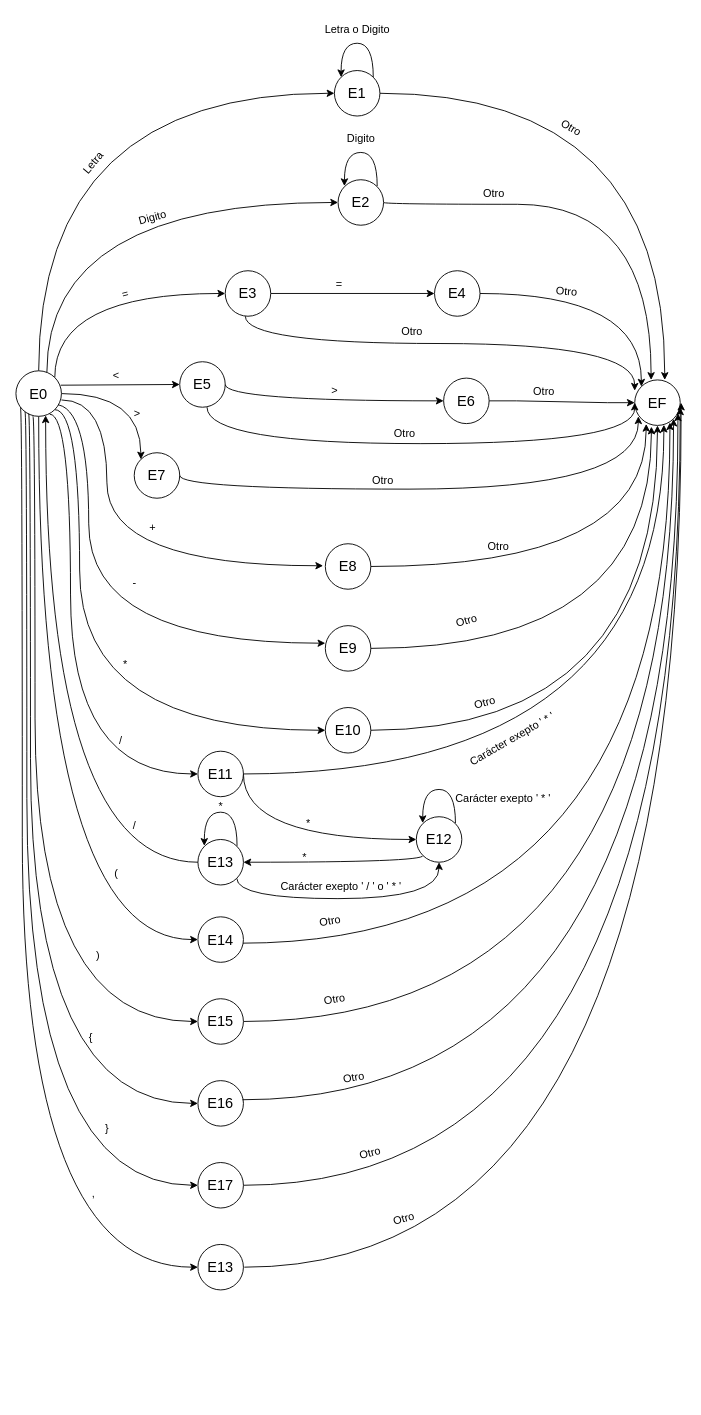
Earlier version of the draw.io diagram compilador01/src/assets/Autómata Finito.drawio (AORojas/compilador-desarrollo-compiladores). Source tidied: cells renumbered, new cells numbered last; positions are measured from the earlier drawing's top-left corner, leaving out a move shared by most shapes. Both pictures are drawn from the tidied source at 91%, with x=0, y=0 at pixel (15, 15).
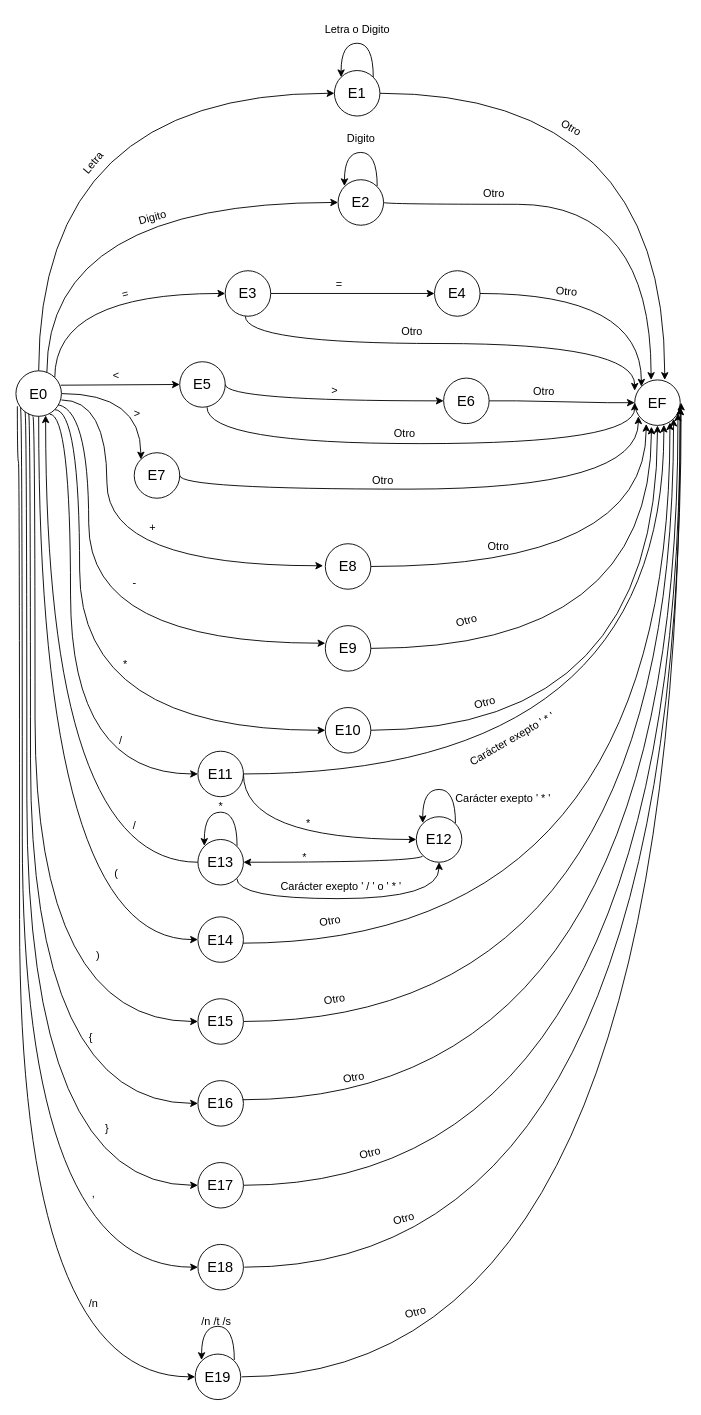
The same diagram, later.

Commit message (it also covers changes not shown here):
agrego /n al automata

Unchanged cells that the change refers to:
```xml
<mxCell id="11" value="&lt;font size=&quot;3&quot;&gt;E0&lt;/font&gt;" style="ellipse;whiteSpace=wrap;html=1;" parent="1" vertex="1">
  <mxGeometry y="390" width="50" height="50" as="geometry" />
</mxCell>
```

The edit, as a diff of the source:
```diff
@@
-    <mxCell id="82" value="&lt;font size=&quot;3&quot;&gt;E13&lt;/font&gt;" style="ellipse;whiteSpace=wrap;html=1;" parent="1" vertex="1">
+    <mxCell id="82" value="&lt;font size=&quot;3&quot;&gt;E18&lt;/font&gt;" style="ellipse;whiteSpace=wrap;html=1;" parent="1" vertex="1">
       <mxGeometry x="200" y="1350" width="50" height="50" as="geometry" />
     </mxCell>
@@
+    <mxCell id="102" style="edgeStyle=orthogonalEdgeStyle;curved=1;rounded=0;orthogonalLoop=1;jettySize=auto;html=1;" parent="1" edge="1">
+      <mxGeometry relative="1" as="geometry">
+        <mxPoint x="248" y="1495.5" as="sourcePoint" />
+        <mxPoint x="730" y="430" as="targetPoint" />
+      </mxGeometry>
+    </mxCell>
+    <mxCell id="103" value="&lt;font size=&quot;3&quot;&gt;E19&lt;/font&gt;" style="ellipse;whiteSpace=wrap;html=1;" parent="1" vertex="1">
+      <mxGeometry x="197" y="1470.5" width="50" height="50" as="geometry" />
+    </mxCell>
+    <mxCell id="104" style="edgeStyle=orthogonalEdgeStyle;curved=1;rounded=0;jettySize=auto;html=1;exitX=0.031;exitY=0.778;exitDx=0;exitDy=0;entryX=0;entryY=0.5;entryDx=0;entryDy=0;exitPerimeter=0;" parent="1" edge="1" source="11" target="103">
+      <mxGeometry relative="1" as="geometry">
+        <Array as="points">
+          <mxPoint x="1.5" y="490" />
+          <mxPoint x="4" y="490" />
+          <mxPoint x="4" y="1495.5" />
+        </Array>
+      </mxGeometry>
+    </mxCell>
+    <mxCell id="105" value="/n" style="text;html=1;align=center;verticalAlign=middle;strokeColor=none;fillColor=none;" parent="1" vertex="1">
+      <mxGeometry x="70" y="1400" width="30" height="30" as="geometry" />
+    </mxCell>
+    <mxCell id="106" value="/n /t /s" style="text;html=1;align=center;verticalAlign=middle;strokeColor=none;fillColor=none;" parent="1" vertex="1">
+      <mxGeometry x="190" y="1420" width="60" height="30" as="geometry" />
+    </mxCell>
+    <mxCell id="107" style="edgeStyle=orthogonalEdgeStyle;rounded=0;orthogonalLoop=1;jettySize=auto;html=1;exitX=1;exitY=0;exitDx=0;exitDy=0;curved=1;entryX=0;entryY=0;entryDx=0;entryDy=0;" parent="1" edge="1">
+      <mxGeometry relative="1" as="geometry">
+        <mxPoint x="240" y="1477" as="sourcePoint" />
+        <mxPoint x="204" y="1477" as="targetPoint" />
+        <Array as="points">
+          <mxPoint x="240" y="1440" />
+          <mxPoint x="204" y="1440" />
+        </Array>
+      </mxGeometry>
+    </mxCell>
+    <mxCell id="108" value="Otro" style="text;html=1;align=center;verticalAlign=middle;strokeColor=none;fillColor=none;rotation=-15;" parent="1" vertex="1">
+      <mxGeometry x="414" y="1410" width="50" height="30" as="geometry" />
+    </mxCell>
```
